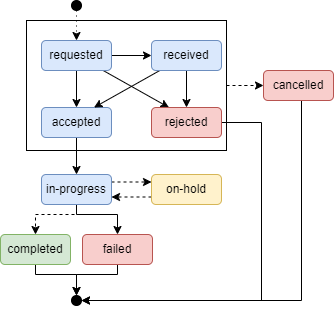
Above: input/images/Task-state-machine.png in SanteonNL/shared-care-planning (draw.io), before the change. Source tidied: cells renumbered, new cells last; positions are measured from the earlier drawing's top-left corner, leaving out a move shared by most shapes.
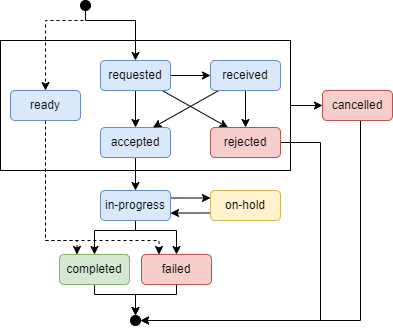
The same diagram one commit later.

What changed in the source:
```diff
@@ -3,14 +3,27 @@
     <mxCell id="0" />
     <mxCell id="1" parent="0" />
     <mxCell id="2" style="rounded=0;whiteSpace=wrap;html=1;fillColor=none;strokeWidth=1;" parent="1" vertex="1">
-      <mxGeometry x="26" y="20" width="200" height="130" as="geometry" />
+      <mxGeometry x="-59" y="20" width="290" height="130" as="geometry" />
     </mxCell>
+    <mxCell id="30" style="edgeStyle=orthogonalEdgeStyle;rounded=0;jettySize=auto;html=1;dashed=1;" parent="1" edge="1" source="3" target="33">
+      <mxGeometry relative="1" as="geometry">
+        <Array as="points">
+          <mxPoint x="26" />
+          <mxPoint x="-14" />
+        </Array>
+      </mxGeometry>
+    </mxCell>
+    <mxCell id="4" style="edgeStyle=orthogonalEdgeStyle;rounded=0;jettySize=auto;html=1;" parent="1" edge="1" source="3" target="8">
+      <mxGeometry relative="1" as="geometry">
+        <Array as="points">
+          <mxPoint x="26" />
+          <mxPoint x="76" />
+        </Array>
+      </mxGeometry>
+    </mxCell>
     <mxCell id="3" style="ellipse;whiteSpace=wrap;html=1;fillColor=#000000;" parent="1" vertex="1">
-      <mxGeometry x="71" width="10" height="10" as="geometry" />
+      <mxGeometry x="21" y="-20" width="10" height="10" as="geometry" />
     </mxCell>
-    <mxCell id="4" style="edgeStyle=orthogonalEdgeStyle;rounded=0;jettySize=auto;html=1;entryX=0.5;entryY=0;entryDx=0;entryDy=0;exitX=0.5;exitY=1;exitDx=0;exitDy=0;dashed=1;dashPattern=1 4;" parent="1" edge="1" source="3" target="8">
-      <mxGeometry relative="1" as="geometry" />
-    </mxCell>
     <mxCell id="5" style="edgeStyle=orthogonalEdgeStyle;rounded=0;jettySize=auto;html=1;entryX=0;entryY=0.5;entryDx=0;entryDy=0;" parent="1" edge="1" source="8" target="15">
       <mxGeometry relative="1" as="geometry" />
     </mxCell>
@@ -49,27 +62,27 @@
     <mxCell id="15" value="received" style="rounded=1;whiteSpace=wrap;html=1;fillColor=#dae8fc;strokeColor=#6c8ebf;" parent="1" vertex="1">
       <mxGeometry x="151" y="40" width="70" height="30" as="geometry" />
     </mxCell>
-    <mxCell id="16" style="edgeStyle=orthogonalEdgeStyle;rounded=0;jettySize=auto;html=1;entryX=0;entryY=0.25;entryDx=0;entryDy=0;exitX=1;exitY=0.25;exitDx=0;exitDy=0;dashed=1;" parent="1" edge="1" source="19" target="25">
+    <mxCell id="16" style="edgeStyle=orthogonalEdgeStyle;rounded=0;jettySize=auto;html=1;entryX=0;entryY=0.25;entryDx=0;entryDy=0;exitX=1;exitY=0.25;exitDx=0;exitDy=0;" parent="1" edge="1" source="19" target="25">
       <mxGeometry relative="1" as="geometry" />
     </mxCell>
-    <mxCell id="17" style="edgeStyle=orthogonalEdgeStyle;rounded=0;jettySize=auto;html=1;entryX=0.5;entryY=0;entryDx=0;entryDy=0;dashed=1;" parent="1" edge="1" source="19" target="23">
+    <mxCell id="17" style="edgeStyle=orthogonalEdgeStyle;rounded=0;jettySize=auto;html=1;entryX=0.5;entryY=0;entryDx=0;entryDy=0;" parent="1" edge="1" source="19" target="23">
       <mxGeometry relative="1" as="geometry">
         <Array as="points">
-          <mxPoint x="76" y="214" />
-          <mxPoint x="35" y="214" />
+          <mxPoint x="76" y="210" />
+          <mxPoint x="35" y="210" />
         </Array>
       </mxGeometry>
     </mxCell>
     <mxCell id="18" style="edgeStyle=orthogonalEdgeStyle;rounded=0;jettySize=auto;html=1;entryX=0.5;entryY=0;entryDx=0;entryDy=0;" parent="1" edge="1" source="19" target="21">
       <mxGeometry relative="1" as="geometry">
         <Array as="points">
-          <mxPoint x="76" y="214" />
-          <mxPoint x="117" y="214" />
+          <mxPoint x="76" y="210" />
+          <mxPoint x="117" y="210" />
         </Array>
       </mxGeometry>
     </mxCell>
     <mxCell id="19" value="in-progress" style="rounded=1;whiteSpace=wrap;html=1;fillColor=#dae8fc;strokeColor=#6c8ebf;" parent="1" vertex="1">
-      <mxGeometry x="41" y="174" width="70" height="30" as="geometry" />
+      <mxGeometry x="41" y="170" width="70" height="30" as="geometry" />
     </mxCell>
     <mxCell id="20" style="edgeStyle=orthogonalEdgeStyle;rounded=0;jettySize=auto;html=1;exitX=0.5;exitY=1;exitDx=0;exitDy=0;strokeColor=#000000;" parent="1" edge="1" source="21" target="28">
       <mxGeometry relative="1" as="geometry">
@@ -93,11 +106,11 @@
     <mxCell id="23" value="completed" style="rounded=1;whiteSpace=wrap;html=1;fillColor=#d5e8d4;strokeColor=#82b366;" parent="1" vertex="1">
       <mxGeometry y="234" width="70" height="30" as="geometry" />
     </mxCell>
-    <mxCell id="24" style="edgeStyle=orthogonalEdgeStyle;rounded=0;jettySize=auto;html=1;entryX=1;entryY=0.75;entryDx=0;entryDy=0;exitX=0;exitY=0.75;exitDx=0;exitDy=0;dashed=1;" parent="1" edge="1" source="25" target="19">
+    <mxCell id="24" style="edgeStyle=orthogonalEdgeStyle;rounded=0;jettySize=auto;html=1;entryX=1;entryY=0.75;entryDx=0;entryDy=0;exitX=0;exitY=0.75;exitDx=0;exitDy=0;" parent="1" edge="1" source="25" target="19">
       <mxGeometry relative="1" as="geometry" />
     </mxCell>
     <mxCell id="25" value="on-hold" style="rounded=1;whiteSpace=wrap;html=1;fillColor=#fff2cc;strokeColor=#d6b656;" parent="1" vertex="1">
-      <mxGeometry x="151" y="174" width="70" height="30" as="geometry" />
+      <mxGeometry x="151" y="170" width="70" height="30" as="geometry" />
     </mxCell>
     <mxCell id="26" style="edgeStyle=orthogonalEdgeStyle;rounded=0;jettySize=auto;html=1;entryX=1;entryY=0.5;entryDx=0;entryDy=0;exitX=0.5;exitY=1;exitDx=0;exitDy=0;strokeColor=#000000;" parent="1" edge="1" source="27" target="28">
       <mxGeometry relative="1" as="geometry">
@@ -114,8 +127,27 @@
     <mxCell id="28" style="ellipse;whiteSpace=wrap;html=1;fillColor=#000000;" parent="1" vertex="1">
       <mxGeometry x="71" y="295" width="10" height="10" as="geometry" />
     </mxCell>
-    <mxCell id="29" style="edgeStyle=orthogonalEdgeStyle;rounded=0;jettySize=auto;html=1;entryX=0;entryY=0.5;entryDx=0;entryDy=0;dashed=1;strokeWidth=1;" parent="1" edge="1" source="2" target="27">
+    <mxCell id="29" style="edgeStyle=orthogonalEdgeStyle;rounded=0;jettySize=auto;html=1;entryX=0;entryY=0.5;entryDx=0;entryDy=0;strokeWidth=1;" parent="1" edge="1" source="2" target="27">
       <mxGeometry relative="1" as="geometry" />
     </mxCell>
+    <mxCell id="31" style="edgeStyle=orthogonalEdgeStyle;rounded=0;jettySize=auto;html=1;entryX=0.25;entryY=0;entryDx=0;entryDy=0;dashed=1;" parent="1" edge="1" source="33" target="21">
+      <mxGeometry relative="1" as="geometry">
+        <Array as="points">
+          <mxPoint x="-14" y="220" />
+          <mxPoint x="100" y="220" />
+        </Array>
+      </mxGeometry>
+    </mxCell>
+    <mxCell id="32" style="edgeStyle=orthogonalEdgeStyle;rounded=0;jettySize=auto;html=1;entryX=0.25;entryY=0;entryDx=0;entryDy=0;dashed=1;" parent="1" edge="1" source="33" target="23">
+      <mxGeometry relative="1" as="geometry">
+        <Array as="points">
+          <mxPoint x="-14" y="220" />
+          <mxPoint x="18" y="220" />
+        </Array>
+      </mxGeometry>
+    </mxCell>
+    <mxCell id="33" value="ready" style="rounded=1;whiteSpace=wrap;html=1;fillColor=#dae8fc;strokeColor=#6c8ebf;" parent="1" vertex="1">
+      <mxGeometry x="-49" y="70" width="70" height="30" as="geometry" />
+    </mxCell>
   </root>
 </mxGraphModel>
```
